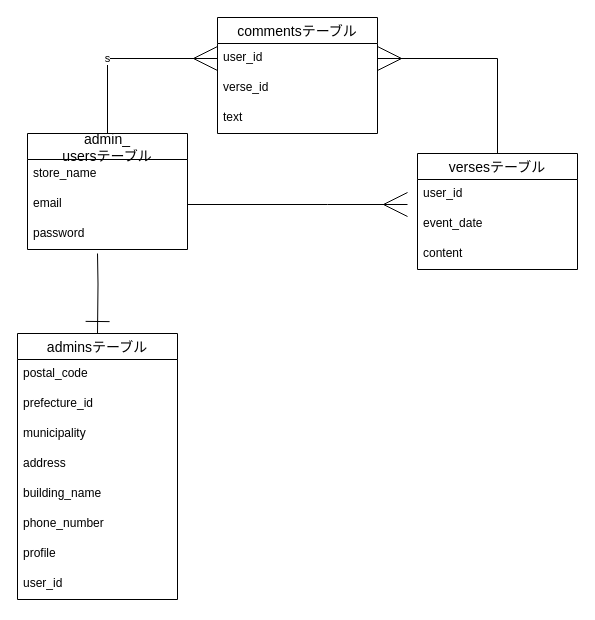
Before: cipher.dio in hayato-lang/cipher, a draw.io diagram. Source tidied: cells renumbered, new cells numbered last; positions are measured from the earlier drawing's top-left corner, leaving out a move shared by most shapes. Both pictures are drawn from the tidied source at 100%, with x=0, y=0 at pixel (17, 17).
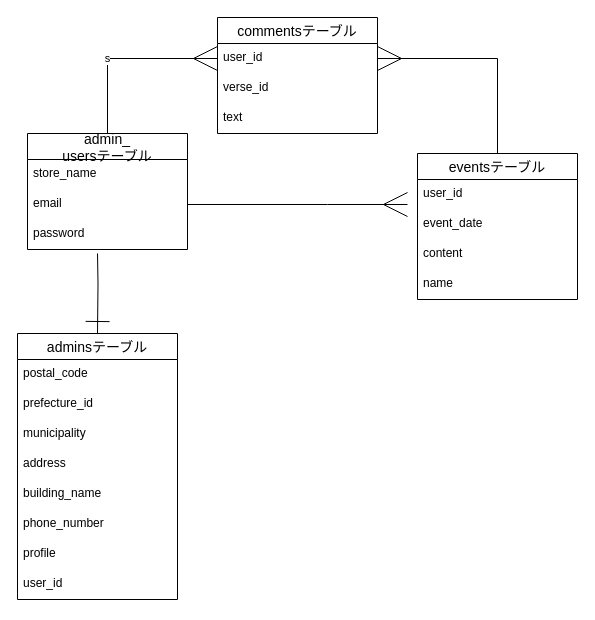
Above is the later version.

Diff of the diagram source:
```diff
@@
-    <mxCell id="12" value="versesテーブル" style="swimlane;fontStyle=0;horizontal=1;startSize=26;align=center;fontSize=14;" parent="1" vertex="1">
-      <mxGeometry x="400" y="136" width="160" height="116" as="geometry" />
+    <mxCell id="12" value="eventsテーブル" style="swimlane;fontStyle=0;horizontal=1;startSize=26;align=center;fontSize=14;" parent="1" vertex="1">
+      <mxGeometry x="400" y="136" width="160" height="146" as="geometry" />
     </mxCell>
@@
+    <mxCell id="27" value="name&#10;" style="text;strokeColor=none;fillColor=none;spacingLeft=4;spacingRight=4;overflow=hidden;fontSize=12;" parent="12" vertex="1">
+      <mxGeometry y="116" width="160" height="30" as="geometry" />
+    </mxCell>
```
